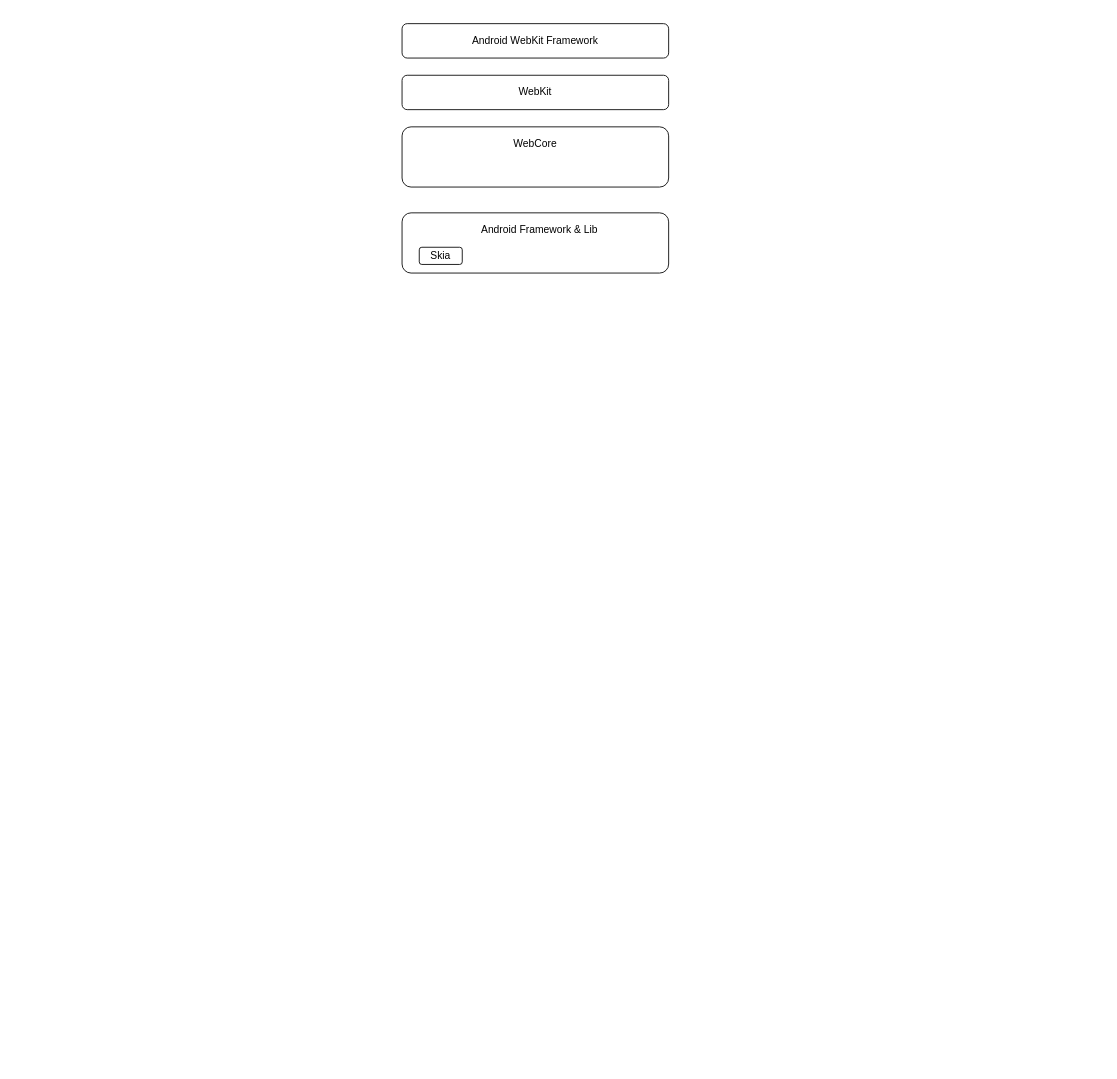
The draw.io diagram Untitled Diagram.drawio in yudesong/AnimationExample, before the edit. Source tidied: cells renumbered, new cells numbered last; positions are measured from the earlier drawing's top-left corner, leaving out a move shared by most shapes. Both pictures are drawn from the tidied source at 86%, with x=0, y=0 at pixel (402, 23).
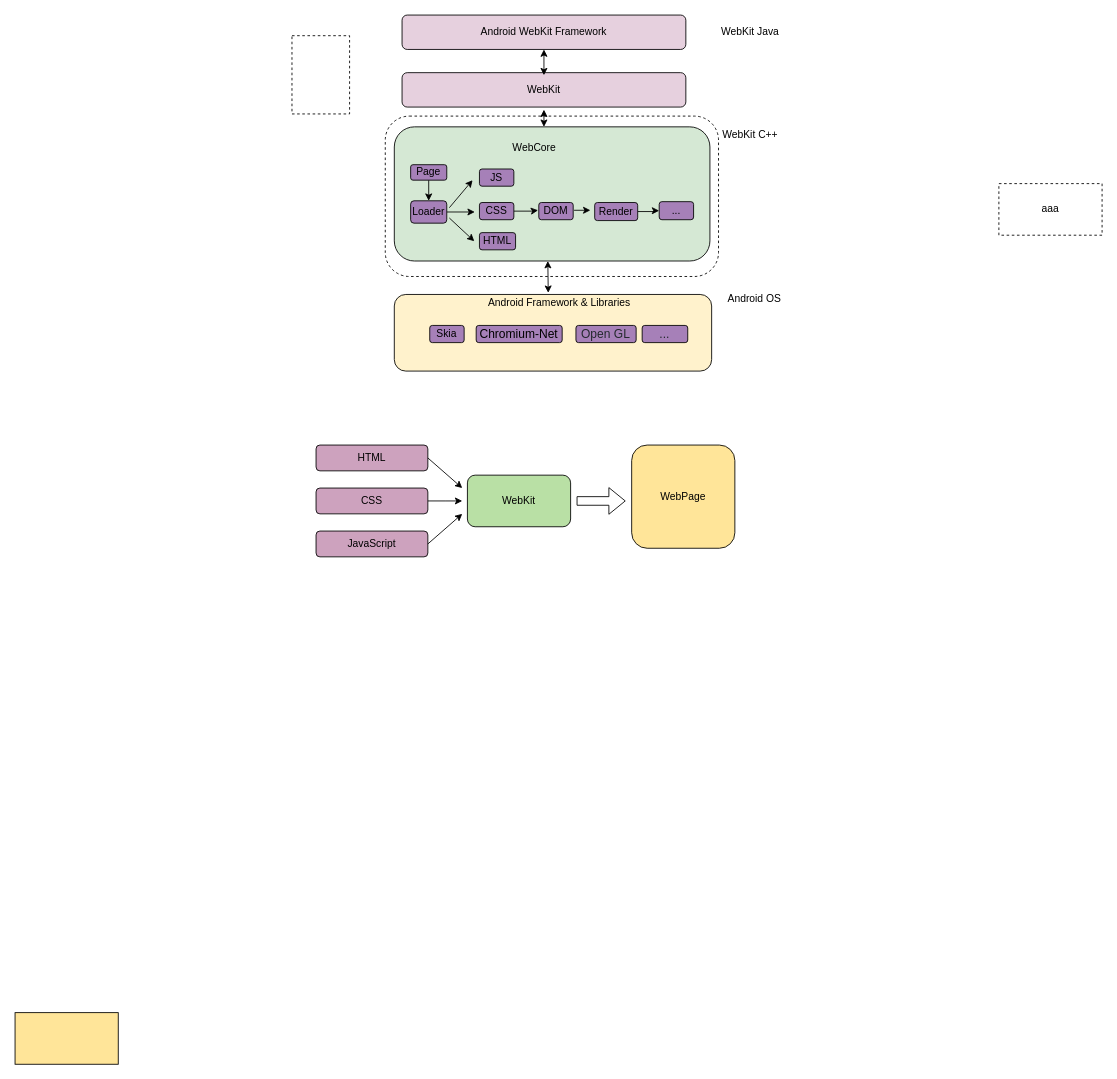
The same diagram, later.

Diff of the diagram source:
```diff
@@
-    <mxCell id="2" value="Android WebKit Framework" style="rounded=1;whiteSpace=wrap;html=1;" parent="1" vertex="1">
-      <mxGeometry width="310" height="40" as="geometry" />
+    <mxCell id="2" value="Android WebKit Framework" style="rounded=1;whiteSpace=wrap;html=1;fillColor=#E6D0DE;" parent="1" vertex="1">
+      <mxGeometry y="-10" width="330" height="40" as="geometry" />
     </mxCell>
-    <mxCell id="3" value="WebKit" style="rounded=1;whiteSpace=wrap;html=1;" parent="1" vertex="1">
-      <mxGeometry y="60" width="310" height="40" as="geometry" />
+    <mxCell id="3" value="WebKit" style="rounded=1;whiteSpace=wrap;html=1;fillColor=#E6D0DE;" parent="1" vertex="1">
+      <mxGeometry y="57" width="330" height="40" as="geometry" />
     </mxCell>
-    <mxCell id="4" style="rounded=1;whiteSpace=wrap;html=1;" parent="1" vertex="1">
-      <mxGeometry y="220" width="310" height="70" as="geometry" />
+    <mxCell id="4" style="rounded=1;whiteSpace=wrap;html=1;fillColor=#FFF2CC;" parent="1" vertex="1">
+      <mxGeometry x="-9" y="314.9" width="369" height="89.1" as="geometry" />
     </mxCell>
-    <mxCell id="5" value="Android Framework &amp;amp; Lib" style="text;html=1;strokeColor=none;fillColor=none;align=center;verticalAlign=middle;whiteSpace=wrap;rounded=0;" parent="1" vertex="1">
-      <mxGeometry x="90" y="230" width="140" height="20" as="geometry" />
+    <mxCell id="5" value="Android Framework &amp;amp; Libraries" style="text;html=1;strokeColor=none;fillColor=none;align=center;verticalAlign=middle;whiteSpace=wrap;rounded=0;" parent="1" vertex="1">
+      <mxGeometry x="98.2" y="314.9" width="170" height="20" as="geometry" />
     </mxCell>
-    <mxCell id="6" style="rounded=1;whiteSpace=wrap;html=1;" parent="1" vertex="1">
-      <mxGeometry y="120" width="310" height="70" as="geometry" />
+    <mxCell id="6" style="rounded=1;whiteSpace=wrap;html=1;fillColor=#D5E8D4;" parent="1" vertex="1">
+      <mxGeometry x="-9" y="120" width="367" height="156" as="geometry" />
     </mxCell>
     <mxCell id="7" value="WebCore" style="text;html=1;strokeColor=none;fillColor=none;align=center;verticalAlign=middle;whiteSpace=wrap;rounded=0;" parent="1" vertex="1">
-      <mxGeometry x="85" y="130" width="140" height="20" as="geometry" />
+      <mxGeometry x="84" y="134" width="140" height="20" as="geometry" />
     </mxCell>
-    <mxCell id="8" value="Skia" style="rounded=1;whiteSpace=wrap;html=1;" parent="1" vertex="1">
-      <mxGeometry x="20" y="260" width="50" height="20" as="geometry" />
+    <mxCell id="8" value="Skia" style="rounded=1;whiteSpace=wrap;html=1;fillColor=#A680B8;" parent="1" vertex="1">
+      <mxGeometry x="32.2" y="350.9" width="40" height="20" as="geometry" />
     </mxCell>
+    <mxCell id="9" value="&lt;span style=&quot;font-size: 14px ; background-color: rgb(166 , 128 , 184)&quot;&gt;Chromium-Net&lt;/span&gt;" style="rounded=1;whiteSpace=wrap;html=1;fillColor=#A680B8;" parent="1" vertex="1">
+      <mxGeometry x="86.2" y="350.9" width="100" height="20" as="geometry" />
+    </mxCell>
+    <mxCell id="10" value="&lt;font color=&quot;#24292e&quot;&gt;&lt;span style=&quot;font-size: 14px ; background-color: rgb(166 , 128 , 184)&quot;&gt;Open GL&lt;/span&gt;&lt;/font&gt;" style="rounded=1;whiteSpace=wrap;html=1;fillColor=#A680B8;" parent="1" vertex="1">
+      <mxGeometry x="202.2" y="350.9" width="70" height="20" as="geometry" />
+    </mxCell>
+    <mxCell id="11" style="edgeStyle=orthogonalEdgeStyle;rounded=0;jettySize=auto;html=1;exitX=0.5;exitY=1;exitDx=0;exitDy=0;entryX=0.5;entryY=0;entryDx=0;entryDy=0;" parent="1" edge="1" source="12" target="14">
+      <mxGeometry relative="1" as="geometry" />
+    </mxCell>
+    <mxCell id="12" value="Page" style="rounded=1;whiteSpace=wrap;html=1;fillColor=#A680B8;" parent="1" vertex="1">
+      <mxGeometry x="10" y="164" width="42" height="18" as="geometry" />
+    </mxCell>
+    <mxCell id="13" style="edgeStyle=orthogonalEdgeStyle;rounded=0;jettySize=auto;html=1;exitX=1;exitY=0.5;exitDx=0;exitDy=0;" parent="1" edge="1" source="14">
+      <mxGeometry relative="1" as="geometry">
+        <mxPoint x="84.6" y="219.2" as="targetPoint" />
+      </mxGeometry>
+    </mxCell>
+    <mxCell id="14" value="Loader" style="rounded=1;whiteSpace=wrap;html=1;fillColor=#A680B8;" parent="1" vertex="1">
+      <mxGeometry x="10" y="206" width="42" height="26" as="geometry" />
+    </mxCell>
+    <mxCell id="15" style="edgeStyle=orthogonalEdgeStyle;rounded=0;jettySize=auto;html=1;startArrow=none;" parent="1" edge="1" source="42" target="36">
+      <mxGeometry relative="1" as="geometry" />
+    </mxCell>
+    <mxCell id="16" value="DOM" style="rounded=1;whiteSpace=wrap;html=1;fillColor=#A680B8;" parent="1" vertex="1">
+      <mxGeometry x="159" y="208" width="40" height="20" as="geometry" />
+    </mxCell>
+    <mxCell id="17" style="edgeStyle=orthogonalEdgeStyle;rounded=0;jettySize=auto;html=1;" parent="1" edge="1" source="18">
+      <mxGeometry relative="1" as="geometry">
+        <mxPoint x="158.2" y="217" as="targetPoint" />
+      </mxGeometry>
+    </mxCell>
+    <mxCell id="18" value="CSS" style="rounded=1;whiteSpace=wrap;html=1;fillColor=#A680B8;" parent="1" vertex="1">
+      <mxGeometry x="90" y="208" width="40" height="20" as="geometry" />
+    </mxCell>
+    <mxCell id="19" value="JS" style="rounded=1;whiteSpace=wrap;html=1;fillColor=#A680B8;" parent="1" vertex="1">
+      <mxGeometry x="90" y="169" width="40" height="20" as="geometry" />
+    </mxCell>
+    <mxCell id="20" value="HTML" style="rounded=1;whiteSpace=wrap;html=1;fillColor=#CDA2BE;" parent="1" vertex="1">
+      <mxGeometry x="-100" y="490" width="130" height="30" as="geometry" />
+    </mxCell>
+    <mxCell id="21" style="edgeStyle=orthogonalEdgeStyle;rounded=0;jettySize=auto;html=1;" parent="1" edge="1" source="22">
+      <mxGeometry relative="1" as="geometry">
+        <mxPoint x="70" y="555" as="targetPoint" />
+      </mxGeometry>
+    </mxCell>
+    <mxCell id="22" value="CSS" style="rounded=1;whiteSpace=wrap;html=1;fillColor=#CDA2BE;" parent="1" vertex="1">
+      <mxGeometry x="-100" y="540" width="130" height="30" as="geometry" />
+    </mxCell>
+    <mxCell id="23" value="JavaScript" style="rounded=1;whiteSpace=wrap;html=1;fillColor=#CDA2BE;" parent="1" vertex="1">
+      <mxGeometry x="-100" y="590" width="130" height="30" as="geometry" />
+    </mxCell>
+    <mxCell id="24" value="WebKit" style="rounded=1;whiteSpace=wrap;html=1;fillColor=#B9E0A5;" parent="1" vertex="1">
+      <mxGeometry x="76" y="525" width="120" height="60" as="geometry" />
+    </mxCell>
+    <mxCell id="25" style="endArrow=classic;html=1;exitX=1;exitY=0.5;exitDx=0;exitDy=0;" parent="1" edge="1" source="20">
+      <mxGeometry relative="1" as="geometry">
+        <mxPoint x="70" y="540" as="targetPoint" />
+      </mxGeometry>
+    </mxCell>
+    <mxCell id="26" style="endArrow=classic;html=1;exitX=1;exitY=0.5;exitDx=0;exitDy=0;" parent="1" edge="1" source="23">
+      <mxGeometry relative="1" as="geometry">
+        <mxPoint x="70" y="570" as="targetPoint" />
+      </mxGeometry>
+    </mxCell>
+    <mxCell id="27" value="WebPage" style="rounded=1;whiteSpace=wrap;html=1;fillColor=#FFE599;" parent="1" vertex="1">
+      <mxGeometry x="267" y="490" width="120" height="120" as="geometry" />
+    </mxCell>
+    <mxCell id="28" style="shape=flexArrow;endArrow=classic;html=1;exitX=1;exitY=0.5;exitDx=0;exitDy=0;" parent="1" edge="1">
+      <mxGeometry relative="1" as="geometry">
+        <mxPoint x="203" y="555" as="sourcePoint" />
+        <mxPoint x="260" y="555" as="targetPoint" />
+      </mxGeometry>
+    </mxCell>
+    <mxCell id="29" style="rounded=0;whiteSpace=wrap;html=1;fillColor=#FFE599;" parent="1" vertex="1">
+      <mxGeometry x="-450" y="1150" width="120" height="60" as="geometry" />
+    </mxCell>
+    <mxCell id="30" style="rounded=1;whiteSpace=wrap;html=1;fillColor=none;dashed=1;" parent="1" vertex="1">
+      <mxGeometry x="-19.5" y="107.5" width="387.5" height="186.5" as="geometry" />
+    </mxCell>
+    <mxCell id="31" value="&lt;font color=&quot;#24292e&quot;&gt;&lt;span style=&quot;font-size: 14px ; background-color: rgb(166 , 128 , 184)&quot;&gt;...&lt;/span&gt;&lt;/font&gt;" style="rounded=1;whiteSpace=wrap;html=1;fillColor=#A680B8;" parent="1" vertex="1">
+      <mxGeometry x="279.2" y="350.9" width="53" height="20" as="geometry" />
+    </mxCell>
+    <mxCell id="32" value="WebKit Java" style="text;html=1;strokeColor=none;fillColor=none;align=center;verticalAlign=middle;whiteSpace=wrap;rounded=0;dashed=1;" parent="1" vertex="1">
+      <mxGeometry x="370" width="70" height="20" as="geometry" />
+    </mxCell>
+    <mxCell id="33" value="WebKit C++" style="text;html=1;strokeColor=none;fillColor=none;align=center;verticalAlign=middle;whiteSpace=wrap;rounded=0;dashed=1;" parent="1" vertex="1">
+      <mxGeometry x="370" y="120" width="70" height="20" as="geometry" />
+    </mxCell>
+    <mxCell id="34" value="Android OS" style="text;html=1;strokeColor=none;fillColor=none;align=center;verticalAlign=middle;whiteSpace=wrap;rounded=0;dashed=1;" parent="1" vertex="1">
+      <mxGeometry x="375" y="310" width="70" height="20" as="geometry" />
+    </mxCell>
+    <mxCell id="35" value="HTML" style="rounded=1;whiteSpace=wrap;html=1;fillColor=#A680B8;" parent="1" vertex="1">
+      <mxGeometry x="90" y="243" width="42" height="20" as="geometry" />
+    </mxCell>
+    <mxCell id="36" value="..." style="rounded=1;whiteSpace=wrap;html=1;fillColor=#A680B8;" parent="1" vertex="1">
+      <mxGeometry x="299" y="207" width="40" height="21" as="geometry" />
+    </mxCell>
+    <mxCell id="37" style="rounded=0;whiteSpace=wrap;html=1;dashed=1;fillColor=none;" parent="1" vertex="1">
+      <mxGeometry x="-128" y="14" width="67" height="91" as="geometry" />
+    </mxCell>
+    <mxCell id="38" style="endArrow=classic;startArrow=classic;html=1;" parent="1" edge="1">
+      <mxGeometry relative="1" as="geometry">
+        <mxPoint x="165" y="60" as="sourcePoint" />
+        <mxPoint x="165" y="30" as="targetPoint" />
+      </mxGeometry>
+    </mxCell>
+    <mxCell id="39" style="endArrow=classic;startArrow=classic;html=1;entryX=0.5;entryY=1;entryDx=0;entryDy=0;" parent="1" edge="1">
+      <mxGeometry relative="1" as="geometry">
+        <mxPoint x="170" y="313" as="sourcePoint" />
+        <mxPoint x="169.5" y="276" as="targetPoint" />
+      </mxGeometry>
+    </mxCell>
+    <mxCell id="40" style="endArrow=classic;startArrow=classic;html=1;" parent="1" edge="1">
+      <mxGeometry relative="1" as="geometry">
+        <mxPoint x="165" y="120" as="sourcePoint" />
+        <mxPoint x="165" y="100" as="targetPoint" />
+      </mxGeometry>
+    </mxCell>
+    <mxCell id="41" value="aaa" style="rounded=0;whiteSpace=wrap;html=1;dashed=1;fillColor=none;" parent="1" vertex="1">
+      <mxGeometry x="694" y="186" width="120" height="60" as="geometry" />
+    </mxCell>
+    <mxCell id="42" value="Render" style="rounded=1;whiteSpace=wrap;html=1;fillColor=#A680B8;" parent="1" vertex="1">
+      <mxGeometry x="224" y="208" width="50" height="21" as="geometry" />
+    </mxCell>
+    <mxCell id="43" style="endArrow=classic;html=1;" parent="1" edge="1">
+      <mxGeometry relative="1" as="geometry">
+        <mxPoint x="55" y="214" as="sourcePoint" />
+        <mxPoint x="82" y="182" as="targetPoint" />
+      </mxGeometry>
+    </mxCell>
+    <mxCell id="44" style="endArrow=classic;html=1;" parent="1" edge="1">
+      <mxGeometry relative="1" as="geometry">
+        <mxPoint x="55" y="226" as="sourcePoint" />
+        <mxPoint x="84" y="253" as="targetPoint" />
+      </mxGeometry>
+    </mxCell>
+    <mxCell id="45" style="endArrow=classic;html=1;" parent="1" edge="1">
+      <mxGeometry relative="1" as="geometry">
+        <mxPoint x="200" y="217" as="sourcePoint" />
+        <mxPoint x="219" y="217" as="targetPoint" />
+      </mxGeometry>
+    </mxCell>
```
